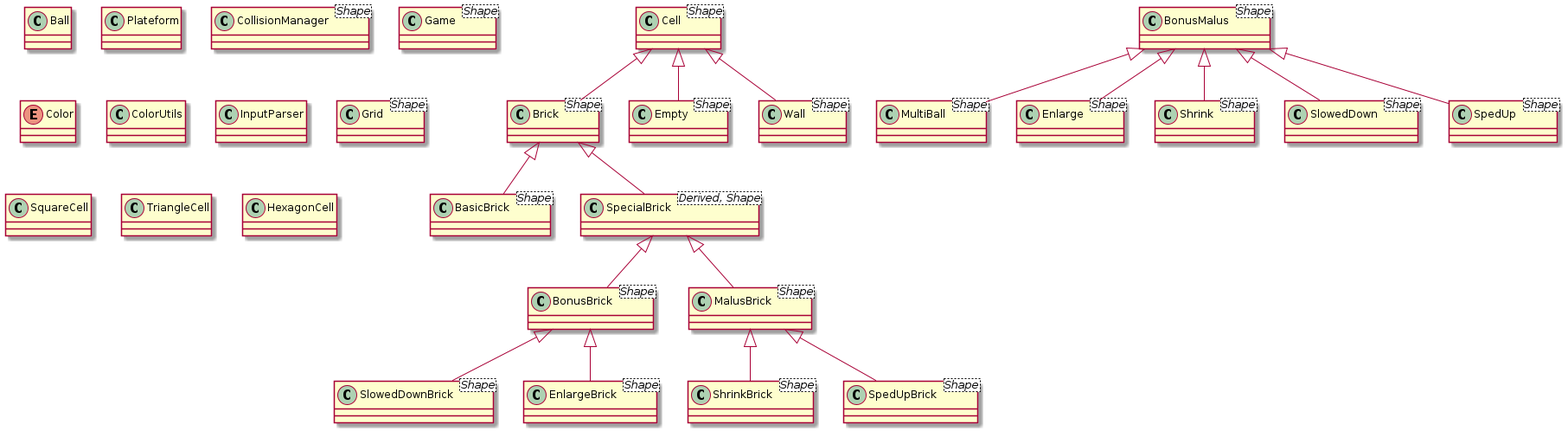
Above: diagramme.png in charlottekruzic/cpp-brick-breaker (PlantUML), before the change. Its source is kept beside it as diagramme.puml.
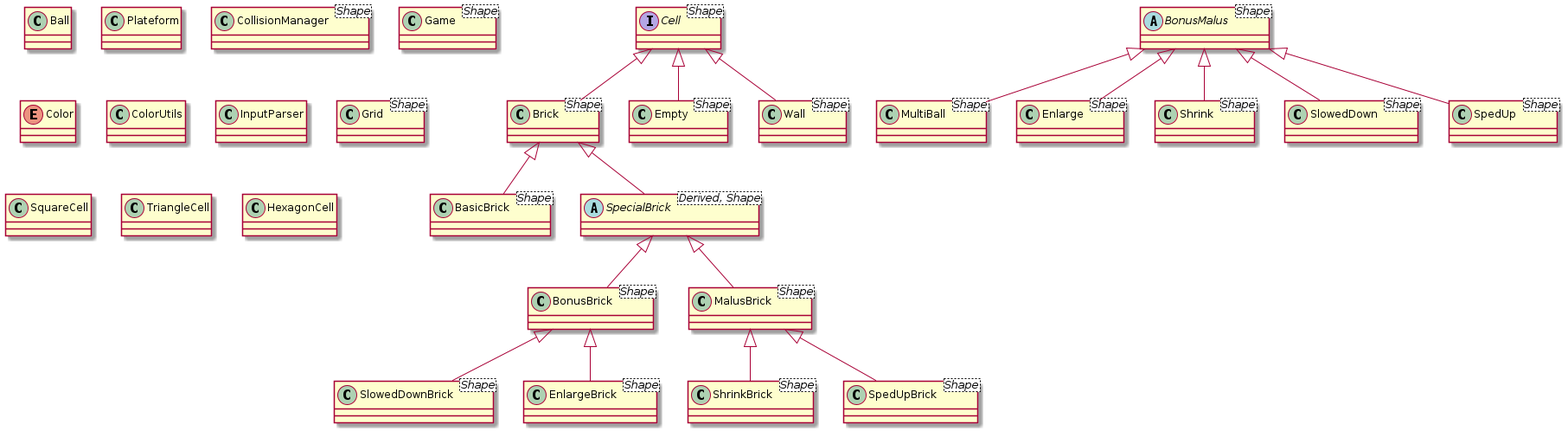
Above is the later version.

Diff of the diagram source:
```diff
@@ -16,7 +16,7 @@
 
 class Grid<Shape>
 
-class Cell<Shape>
+interface Cell<Shape>
 
 class Brick<Shape>
 class Empty<Shape>
@@ -26,7 +26,7 @@
 Cell <|-- Wall
 
 class BasicBrick<Shape>
-class SpecialBrick<Derived, Shape>
+abstract class SpecialBrick<Derived, Shape>
 Brick <|-- BasicBrick
 Brick <|-- SpecialBrick
 
@@ -45,7 +45,7 @@
 MalusBrick <|-- SpedUpBrick
 MalusBrick <|-- ShrinkBrick
 
-class BonusMalus<Shape>
+abstract class BonusMalus<Shape>
 class MultiBall<Shape>
 class Enlarge<Shape>
 class Shrink<Shape>
```
